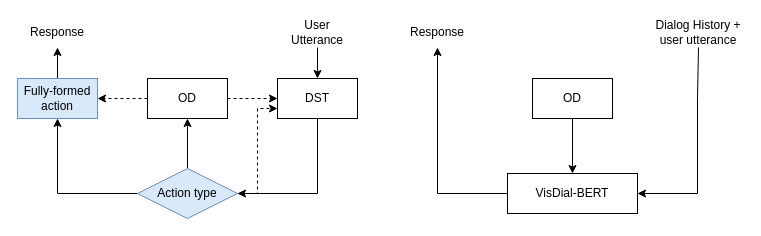
anotherAndre/DrawIO keeps this draw.io diagram as DST vs VisDial-BERT.drawio. Above is the earlier version. Source tidied: cells renumbered, new cells numbered last; positions are measured from the earlier drawing's top-left corner, leaving out a move shared by most shapes. Both pictures are drawn from the tidied source at 100%, with x=0, y=0 at pixel (17, 17).
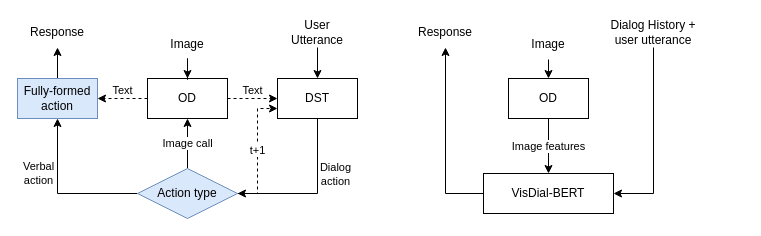
Above is the later version.

Unchanged cells that the change refers to:
```xml
<mxCell id="3" value="DST" style="rounded=0;whiteSpace=wrap;html=1;" parent="1" vertex="1">
  <mxGeometry x="260" y="61" width="80" height="40" as="geometry" />
</mxCell>
<mxCell id="6" value="OD" style="rounded=0;whiteSpace=wrap;html=1;" parent="1" vertex="1">
  <mxGeometry x="130" y="61" width="80" height="40" as="geometry" />
</mxCell>
<mxCell id="8" value="Fully-formed action" style="rounded=0;whiteSpace=wrap;html=1;fillColor=#dae8fc;strokeColor=#6c8ebf;" parent="1" vertex="1">
  <mxGeometry y="61" width="80" height="40" as="geometry" />
</mxCell>
<mxCell id="9" style="edgeStyle=orthogonalEdgeStyle;rounded=0;jettySize=auto;html=1;exitX=0;exitY=0.5;exitDx=0;exitDy=0;entryX=0.5;entryY=1;entryDx=0;entryDy=0;" parent="1" edge="1" source="12" target="8">
  <mxGeometry relative="1" as="geometry" />
</mxCell>
<mxCell id="12" value="Action type" style="rhombus;whiteSpace=wrap;html=1;fillColor=#dae8fc;strokeColor=#6c8ebf;" parent="1" vertex="1">
  <mxGeometry x="120" y="151" width="100" height="50" as="geometry" />
</mxCell>
```

The edit, as a diff of the source:
```diff
@@
-    <mxCell id="2" style="edgeStyle=orthogonalEdgeStyle;rounded=0;jettySize=auto;html=1;entryX=1;entryY=0.5;entryDx=0;entryDy=0;" parent="1" edge="1" source="3" target="12">
+    <mxCell id="2" style="edgeStyle=orthogonalEdgeStyle;rounded=0;orthogonalLoop=1;jettySize=auto;html=1;entryX=1;entryY=0.5;entryDx=0;entryDy=0;" parent="1" edge="1">
       <mxGeometry relative="1" as="geometry">
+        <mxPoint x="300" y="101" as="sourcePoint" />
+        <mxPoint x="220" y="176" as="targetPoint" />
         <Array as="points">
           <mxPoint x="300" y="176" />
         </Array>
       </mxGeometry>
     </mxCell>
+    <mxCell id="23" value="&lt;div&gt;Dialog&lt;/div&gt;&lt;div&gt;action&lt;/div&gt;" style="edgeLabel;html=1;align=center;verticalAlign=middle;" parent="2" vertex="1">
+      <mxGeometry x="-0.11" relative="1" as="geometry">
+        <mxPoint x="17" y="-14" as="offset" />
+      </mxGeometry>
+    </mxCell>
@@
-    <mxCell id="4" style="edgeStyle=orthogonalEdgeStyle;rounded=0;jettySize=auto;html=1;entryX=0;entryY=0.5;entryDx=0;entryDy=0;dashed=1;" parent="1" edge="1" source="6" target="3">
+    <mxCell id="4" value="Text" style="edgeStyle=orthogonalEdgeStyle;rounded=0;jettySize=auto;html=1;entryX=0;entryY=0.5;entryDx=0;entryDy=0;dashed=1;spacingTop=-16;" parent="1" edge="1" source="6" target="3">
       <mxGeometry relative="1" as="geometry" />
     </mxCell>
-    <mxCell id="5" style="edgeStyle=orthogonalEdgeStyle;rounded=0;jettySize=auto;html=1;entryX=1;entryY=0.5;entryDx=0;entryDy=0;dashed=1;" parent="1" edge="1" source="6" target="8">
+    <mxCell id="5" value="Text" style="edgeStyle=orthogonalEdgeStyle;rounded=0;jettySize=auto;html=1;entryX=1;entryY=0.5;entryDx=0;entryDy=0;dashed=1;spacingTop=-16;" parent="1" edge="1" source="6" target="8">
       <mxGeometry relative="1" as="geometry" />
     </mxCell>
@@
+    <mxCell id="24" value="&lt;div&gt;Verbal&lt;/div&gt;&lt;div&gt;action&lt;/div&gt;" style="edgeLabel;html=1;align=center;verticalAlign=middle;" parent="9" vertex="1">
+      <mxGeometry x="0.26" y="-1" relative="1" as="geometry">
+        <mxPoint x="-21" y="-3" as="offset" />
+      </mxGeometry>
+    </mxCell>
-    <mxCell id="10" style="edgeStyle=orthogonalEdgeStyle;rounded=0;jettySize=auto;html=1;entryX=0.5;entryY=1;entryDx=0;entryDy=0;" parent="1" edge="1" source="12" target="6">
+    <mxCell id="10" value="Image call" style="edgeStyle=orthogonalEdgeStyle;rounded=0;jettySize=auto;html=1;entryX=0.5;entryY=1;entryDx=0;entryDy=0;" parent="1" edge="1" source="12" target="6">
       <mxGeometry relative="1" as="geometry" />
     </mxCell>
-    <mxCell id="11" style="edgeStyle=orthogonalEdgeStyle;rounded=0;jettySize=auto;html=1;entryX=0;entryY=0.75;entryDx=0;entryDy=0;dashed=1;" parent="1" edge="1" source="12" target="3">
+    <mxCell id="11" value="t+1" style="edgeStyle=orthogonalEdgeStyle;rounded=0;jettySize=auto;html=1;entryX=0;entryY=0.75;entryDx=0;entryDy=0;dashed=1;" parent="1" edge="1" source="12" target="3">
       <mxGeometry relative="1" as="geometry" />
     </mxCell>
@@
     <mxCell id="14" value="VisDial-BERT" style="rounded=0;whiteSpace=wrap;html=1;" parent="1" vertex="1">
-      <mxGeometry x="490" y="156" width="130" height="40" as="geometry" />
+      <mxGeometry x="466" y="156" width="130" height="40" as="geometry" />
     </mxCell>
-    <mxCell id="15" style="endArrow=classic;html=1;rounded=0;entryX=1;entryY=0.5;entryDx=0;entryDy=0;exitX=0.5;exitY=1;exitDx=0;exitDy=0;" parent="1" edge="1" source="22" target="14">
-      <mxGeometry relative="1" as="geometry">
-        <Array as="points">
-          <mxPoint x="680" y="81" />
-          <mxPoint x="680" y="176" />
-        </Array>
-      </mxGeometry>
-    </mxCell>
-    <mxCell id="16" style="edgeStyle=orthogonalEdgeStyle;rounded=0;jettySize=auto;html=1;entryX=0.5;entryY=0;entryDx=0;entryDy=0;" parent="1" edge="1" source="17" target="14">
+    <mxCell id="16" value="Image features" style="edgeStyle=orthogonalEdgeStyle;rounded=0;jettySize=auto;html=1;entryX=0.5;entryY=0;entryDx=0;entryDy=0;" parent="1" edge="1" source="17" target="14">
       <mxGeometry relative="1" as="geometry" />
     </mxCell>
     <mxCell id="17" value="OD" style="rounded=0;whiteSpace=wrap;html=1;" parent="1" vertex="1">
-      <mxGeometry x="515" y="61" width="80" height="40" as="geometry" />
+      <mxGeometry x="491" y="61" width="80" height="40" as="geometry" />
     </mxCell>
     <mxCell id="18" value="Response" style="text;html=1;strokeColor=none;fillColor=none;align=center;verticalAlign=middle;whiteSpace=wrap;rounded=0;" parent="1" vertex="1">
-      <mxGeometry x="390" width="60" height="30" as="geometry" />
+      <mxGeometry x="398" width="60" height="30" as="geometry" />
     </mxCell>
@@
+    <mxCell id="15" style="edgeStyle=orthogonalEdgeStyle;rounded=0;jettySize=auto;html=1;entryX=1;entryY=0.5;entryDx=0;entryDy=0;" parent="1" edge="1" source="22" target="14">
+      <mxGeometry relative="1" as="geometry" />
+    </mxCell>
     <mxCell id="22" value="Dialog History + user utterance" style="text;html=1;strokeColor=none;fillColor=none;align=center;verticalAlign=middle;whiteSpace=wrap;rounded=0;" parent="1" vertex="1">
-      <mxGeometry x="636" width="90" height="30" as="geometry" />
+      <mxGeometry x="591" width="90" height="30" as="geometry" />
     </mxCell>
+    <mxCell id="25" style="edgeStyle=orthogonalEdgeStyle;rounded=0;jettySize=auto;html=1;entryX=0.5;entryY=0;entryDx=0;entryDy=0;" parent="1" edge="1" source="26" target="6">
+      <mxGeometry relative="1" as="geometry" />
+    </mxCell>
+    <mxCell id="26" value="Image" style="text;html=1;strokeColor=none;fillColor=none;align=center;verticalAlign=middle;whiteSpace=wrap;rounded=0;" parent="1" vertex="1">
+      <mxGeometry x="140" y="12" width="60" height="30" as="geometry" />
+    </mxCell>
+    <mxCell id="27" style="edgeStyle=orthogonalEdgeStyle;rounded=0;jettySize=auto;html=1;exitX=0.5;exitY=1;exitDx=0;exitDy=0;entryX=0.5;entryY=0;entryDx=0;entryDy=0;" parent="1" edge="1" source="28" target="17">
+      <mxGeometry relative="1" as="geometry" />
+    </mxCell>
+    <mxCell id="28" value="Image" style="text;html=1;strokeColor=none;fillColor=none;align=center;verticalAlign=middle;whiteSpace=wrap;rounded=0;" parent="1" vertex="1">
+      <mxGeometry x="501" y="12" width="60" height="30" as="geometry" />
+    </mxCell>
```
